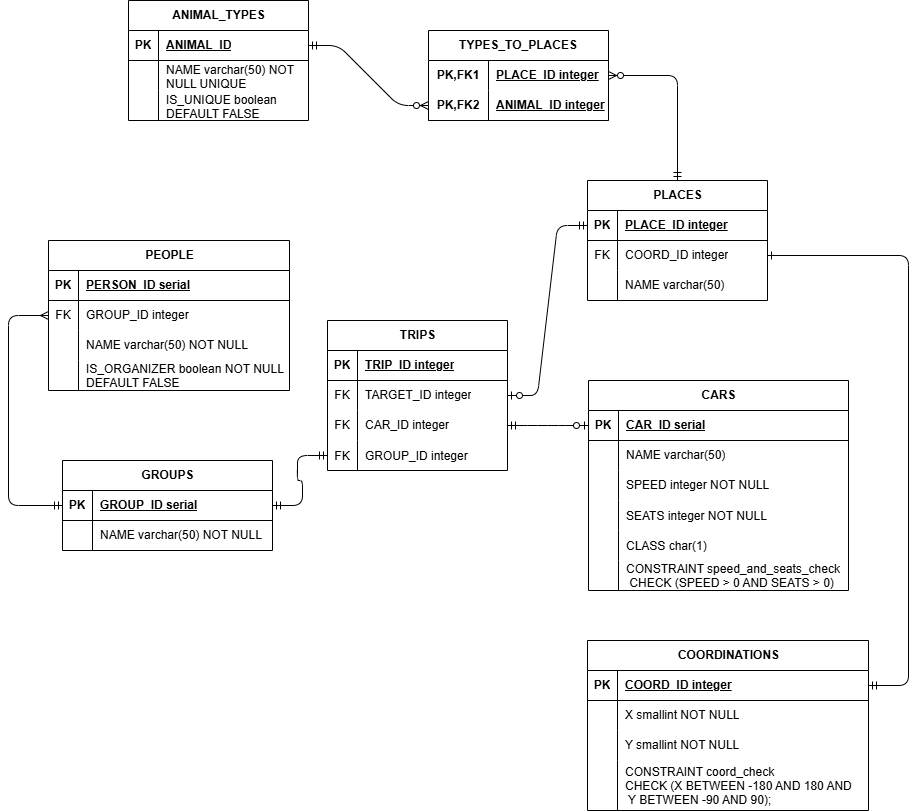
This is lab1/DataModel.drawio.png from Xaabibas/Databases, a draw.io export, as it was before one commit. Source tidied: cells renumbered, new cells last; positions are measured from the earlier drawing's top-left corner, leaving out a move shared by most shapes.
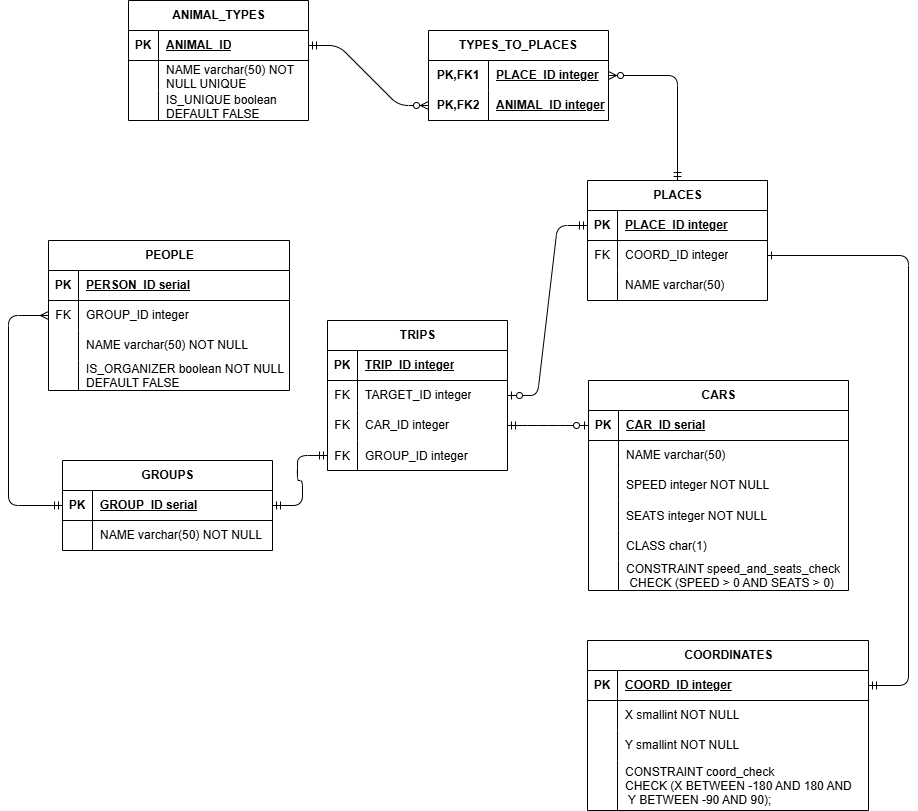
The same diagram one commit later.

The edit, as a diff of the source:
```diff
@@ -128,7 +128,7 @@
     <mxCell id="43" value="NAME varchar(50)" style="shape=partialRectangle;fillColor=none;top=0;left=0;bottom=0;right=0;align=left;spacingLeft=6;overflow=hidden;whiteSpace=wrap;html=1;" parent="41" vertex="1">
       <mxGeometry x="30" width="150" height="30" as="geometry" />
     </mxCell>
-    <mxCell id="44" value="COORDINATIONS" style="shape=table;startSize=30;rowLines=0;fontStyle=1;align=center;html=1;" parent="1" vertex="1">
+    <mxCell id="44" value="COORDINATES" style="shape=table;startSize=30;rowLines=0;fontStyle=1;align=center;html=1;" parent="1" vertex="1">
       <mxGeometry x="579" y="640" width="281" height="170" as="geometry" />
     </mxCell>
     <mxCell id="45" style="shape=tableRow;horizontal=0;startSize=0;swimlaneHead=0;swimlaneBody=0;fillColor=none;points=[[0,0.5],[1,0.5]];portConstraint=eastwest;top=0;left=0;right=0;bottom=1;" parent="44" vertex="1">
```
